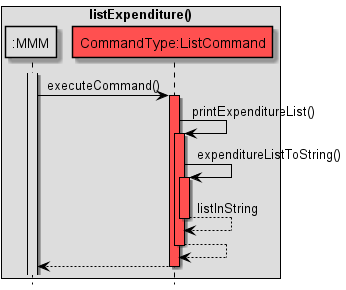
Above: docs/images/ListExpenditureSequenceDiagram.png in nus-cs2113-AY2122S2/tp (PlantUML), before the change.
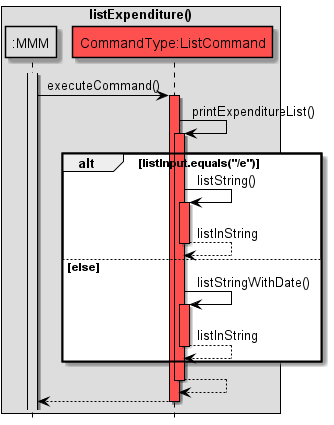
After the change.

Diff of the diagram source:
```diff
@@ -23,11 +23,18 @@
 C -> C: printExpenditureList()
 activate C COMMANDS_COLOUR
 
-C -> C: expenditureListToString()
+alt listInput.equals("/e")
+C -> C: listString()
 activate C COMMANDS_COLOUR
-
 C --> C: listInString
 deactivate C
+
+else else
+C -> C: listStringWithDate()
+activate C COMMANDS_COLOUR
+C --> C: listInString
+deactivate C
+end
 
 C --> C
 deactivate C
```
